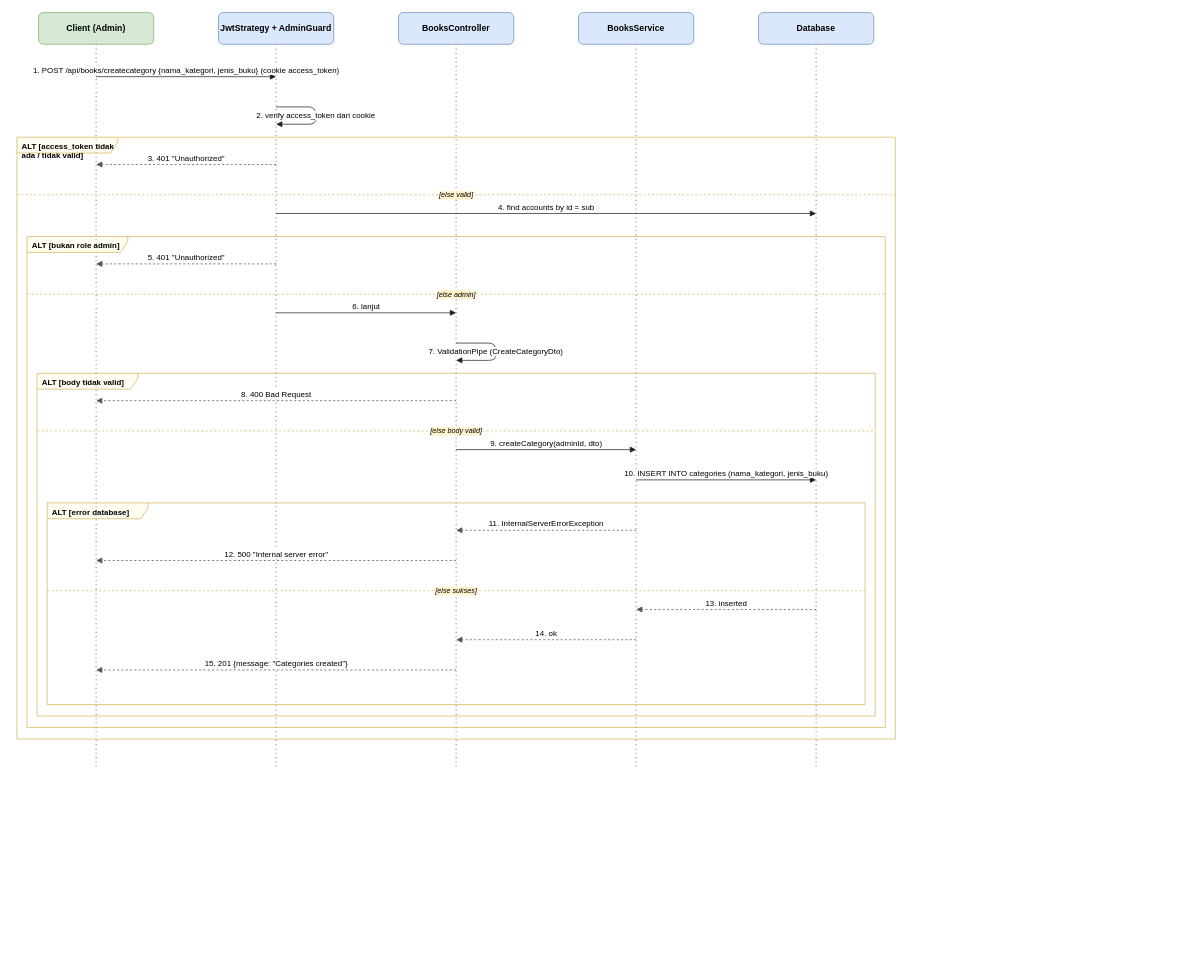
This is page "sequence-createcategory" (4 of 25) of docs/diagrams/sequence.drawio from dimstyle/ruang-baca, a draw.io file, before an edit. Source tidied: cells renumbered, new cells numbered last; positions are measured from the earlier drawing's top-left corner, leaving out a move shared by most shapes. Both pictures are drawn from the tidied source at 72%, with x=0, y=0 at pixel (17, 12).
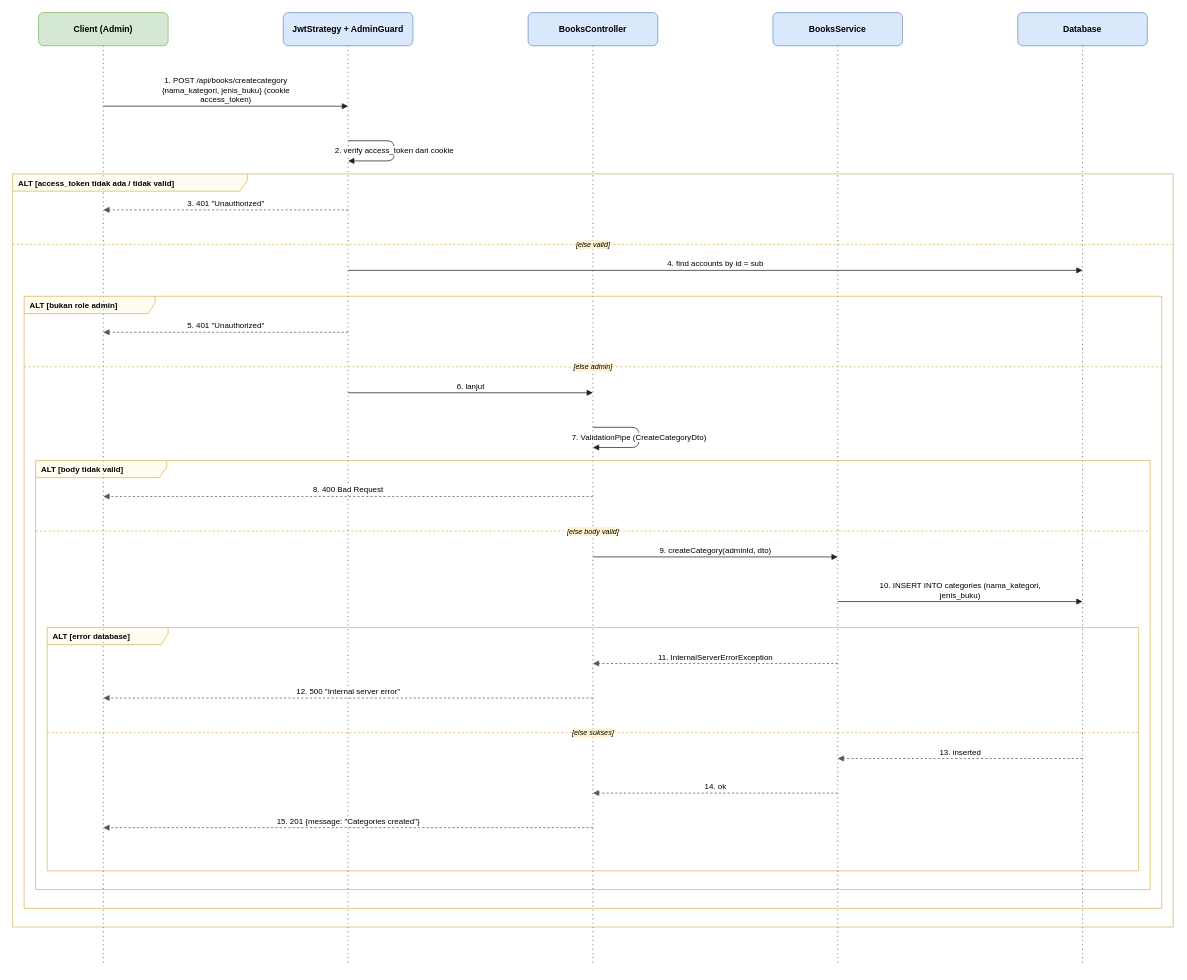
Above is the later version.

The edit, as a diff of the source:
```diff
@@
     <mxCell id="2" value="Client (Admin)" style="rounded=1;whiteSpace=wrap;html=1;fillColor=#d5e8d4;strokeColor=#82b366;fontStyle=1;fontSize=12;" parent="1" vertex="1">
-      <mxGeometry x="30" width="160" height="44" as="geometry" />
+      <mxGeometry x="30" width="180" height="46" as="geometry" />
     </mxCell>
     <mxCell id="3" style="endArrow=none;dashed=1;html=1;dashPattern=1 3;strokeWidth=1.5;strokeColor=#888888;" parent="1" edge="1">
       <mxGeometry relative="1" as="geometry">
-        <mxPoint x="110" y="44" as="sourcePoint" />
-        <mxPoint x="110" y="1049" as="targetPoint" />
+        <mxPoint x="120" y="46" as="sourcePoint" />
+        <mxPoint x="120" y="1324" as="targetPoint" />
       </mxGeometry>
     </mxCell>
     <mxCell id="4" value="JwtStrategy + AdminGuard" style="rounded=1;whiteSpace=wrap;html=1;fillColor=#dae8fc;strokeColor=#6c8ebf;fontStyle=1;fontSize=12;" parent="1" vertex="1">
-      <mxGeometry x="280" width="160" height="44" as="geometry" />
+      <mxGeometry x="370" width="180" height="46" as="geometry" />
     </mxCell>
     <mxCell id="5" style="endArrow=none;dashed=1;html=1;dashPattern=1 3;strokeWidth=1.5;strokeColor=#888888;" parent="1" edge="1">
       <mxGeometry relative="1" as="geometry">
-        <mxPoint x="360" y="44" as="sourcePoint" />
-        <mxPoint x="360" y="1049" as="targetPoint" />
+        <mxPoint x="460" y="46" as="sourcePoint" />
+        <mxPoint x="460" y="1324" as="targetPoint" />
       </mxGeometry>
     </mxCell>
     <mxCell id="6" value="BooksController" style="rounded=1;whiteSpace=wrap;html=1;fillColor=#dae8fc;strokeColor=#6c8ebf;fontStyle=1;fontSize=12;" parent="1" vertex="1">
-      <mxGeometry x="530" width="160" height="44" as="geometry" />
+      <mxGeometry x="710" width="180" height="46" as="geometry" />
     </mxCell>
     <mxCell id="7" style="endArrow=none;dashed=1;html=1;dashPattern=1 3;strokeWidth=1.5;strokeColor=#888888;" parent="1" edge="1">
       <mxGeometry relative="1" as="geometry">
-        <mxPoint x="610" y="44" as="sourcePoint" />
-        <mxPoint x="610" y="1049" as="targetPoint" />
+        <mxPoint x="800" y="46" as="sourcePoint" />
+        <mxPoint x="800" y="1324" as="targetPoint" />
       </mxGeometry>
     </mxCell>
     <mxCell id="8" value="BooksService" style="rounded=1;whiteSpace=wrap;html=1;fillColor=#dae8fc;strokeColor=#6c8ebf;fontStyle=1;fontSize=12;" parent="1" vertex="1">
-      <mxGeometry x="780" width="160" height="44" as="geometry" />
+      <mxGeometry x="1050" width="180" height="46" as="geometry" />
     </mxCell>
     <mxCell id="9" style="endArrow=none;dashed=1;html=1;dashPattern=1 3;strokeWidth=1.5;strokeColor=#888888;" parent="1" edge="1">
       <mxGeometry relative="1" as="geometry">
-        <mxPoint x="860" y="44" as="sourcePoint" />
-        <mxPoint x="860" y="1049" as="targetPoint" />
+        <mxPoint x="1140" y="46" as="sourcePoint" />
+        <mxPoint x="1140" y="1324" as="targetPoint" />
       </mxGeometry>
     </mxCell>
     <mxCell id="10" value="Database" style="rounded=1;whiteSpace=wrap;html=1;fillColor=#dae8fc;strokeColor=#6c8ebf;fontStyle=1;fontSize=12;" parent="1" vertex="1">
-      <mxGeometry x="1030" width="160" height="44" as="geometry" />
+      <mxGeometry x="1390" width="180" height="46" as="geometry" />
     </mxCell>
     <mxCell id="11" style="endArrow=none;dashed=1;html=1;dashPattern=1 3;strokeWidth=1.5;strokeColor=#888888;" parent="1" edge="1">
       <mxGeometry relative="1" as="geometry">
-        <mxPoint x="1110" y="44" as="sourcePoint" />
-        <mxPoint x="1110" y="1049" as="targetPoint" />
+        <mxPoint x="1480" y="46" as="sourcePoint" />
+        <mxPoint x="1480" y="1324" as="targetPoint" />
       </mxGeometry>
     </mxCell>
-    <mxCell id="12" value="ALT [error database]" style="shape=umlFrame;whiteSpace=wrap;html=1;width=140;height=22;boundedLbl=1;verticalAlign=top;align=left;spacingLeft=5;fillColor=#fff2cc;strokeColor=#d6b656;fillOpacity=25;fontSize=11;fontStyle=1;" parent="1" vertex="1">
-      <mxGeometry x="42" y="681" width="1136" height="280" as="geometry" />
+    <mxCell id="12" value="ALT [error database]" style="shape=umlFrame;whiteSpace=wrap;html=1;width=168;height=24;boundedLbl=1;verticalAlign=top;align=left;spacingLeft=6;fillColor=#fff2cc;strokeColor=#d6b656;fillOpacity=25;fontSize=11;fontStyle=1;" parent="1" vertex="1">
+      <mxGeometry x="42" y="854" width="1516" height="338" as="geometry" />
     </mxCell>
     <mxCell id="13" value="[else sukses]" style="endArrow=none;dashed=1;html=1;strokeColor=#d6b656;labelBackgroundColor=#fff2cc;fontSize=10;fontStyle=2;" parent="1" edge="1">
       <mxGeometry relative="1" as="geometry">
-        <mxPoint x="42" y="803" as="sourcePoint" />
-        <mxPoint x="1178" y="803" as="targetPoint" />
+        <mxPoint x="42" y="1000" as="sourcePoint" />
+        <mxPoint x="1558" y="1000" as="targetPoint" />
       </mxGeometry>
     </mxCell>
-    <mxCell id="14" value="ALT [body tidak valid]" style="shape=umlFrame;whiteSpace=wrap;html=1;width=140;height=22;boundedLbl=1;verticalAlign=top;align=left;spacingLeft=5;fillColor=#fff2cc;strokeColor=#d6b656;fillOpacity=25;fontSize=11;fontStyle=1;" parent="1" vertex="1">
-      <mxGeometry x="28" y="501" width="1164" height="476" as="geometry" />
+    <mxCell id="14" value="ALT [body tidak valid]" style="shape=umlFrame;whiteSpace=wrap;html=1;width=182;height=24;boundedLbl=1;verticalAlign=top;align=left;spacingLeft=6;fillColor=#fff2cc;strokeColor=#d6b656;fillOpacity=25;fontSize=11;fontStyle=1;" parent="1" vertex="1">
+      <mxGeometry x="26" y="622" width="1548" height="596" as="geometry" />
     </mxCell>
     <mxCell id="15" value="[else body valid]" style="endArrow=none;dashed=1;html=1;strokeColor=#d6b656;labelBackgroundColor=#fff2cc;fontSize=10;fontStyle=2;" parent="1" edge="1">
       <mxGeometry relative="1" as="geometry">
-        <mxPoint x="28" y="581" as="sourcePoint" />
-        <mxPoint x="1192" y="581" as="targetPoint" />
+        <mxPoint x="26" y="720" as="sourcePoint" />
+        <mxPoint x="1574" y="720" as="targetPoint" />
       </mxGeometry>
     </mxCell>
-    <mxCell id="16" value="ALT [bukan role admin]" style="shape=umlFrame;whiteSpace=wrap;html=1;width=140;height=22;boundedLbl=1;verticalAlign=top;align=left;spacingLeft=5;fillColor=#fff2cc;strokeColor=#d6b656;fillOpacity=25;fontSize=11;fontStyle=1;" parent="1" vertex="1">
-      <mxGeometry x="14" y="311" width="1192" height="682" as="geometry" />
+    <mxCell id="16" value="ALT [bukan role admin]" style="shape=umlFrame;whiteSpace=wrap;html=1;width=182;height=24;boundedLbl=1;verticalAlign=top;align=left;spacingLeft=6;fillColor=#fff2cc;strokeColor=#d6b656;fillOpacity=25;fontSize=11;fontStyle=1;" parent="1" vertex="1">
+      <mxGeometry x="10" y="394" width="1580" height="850" as="geometry" />
     </mxCell>
     <mxCell id="17" value="[else admin]" style="endArrow=none;dashed=1;html=1;strokeColor=#d6b656;labelBackgroundColor=#fff2cc;fontSize=10;fontStyle=2;" parent="1" edge="1">
       <mxGeometry relative="1" as="geometry">
-        <mxPoint x="14" y="391" as="sourcePoint" />
-        <mxPoint x="1206" y="391" as="targetPoint" />
+        <mxPoint x="10" y="492" as="sourcePoint" />
+        <mxPoint x="1590" y="492" as="targetPoint" />
       </mxGeometry>
     </mxCell>
-    <mxCell id="18" value="ALT [access_token tidak ada / tidak valid]" style="shape=umlFrame;whiteSpace=wrap;html=1;width=140;height=22;boundedLbl=1;verticalAlign=top;align=left;spacingLeft=5;fillColor=#fff2cc;strokeColor=#d6b656;fillOpacity=25;fontSize=11;fontStyle=1;" parent="1" vertex="1">
-      <mxGeometry y="173" width="1220" height="836" as="geometry" />
+    <mxCell id="18" value="ALT [access_token tidak ada / tidak valid]" style="shape=umlFrame;whiteSpace=wrap;html=1;width=326;height=24;boundedLbl=1;verticalAlign=top;align=left;spacingLeft=6;fillColor=#fff2cc;strokeColor=#d6b656;fillOpacity=25;fontSize=11;fontStyle=1;" parent="1" vertex="1">
+      <mxGeometry x="-6" y="224" width="1612" height="1046" as="geometry" />
     </mxCell>
     <mxCell id="19" value="[else valid]" style="endArrow=none;dashed=1;html=1;strokeColor=#d6b656;labelBackgroundColor=#fff2cc;fontSize=10;fontStyle=2;" parent="1" edge="1">
       <mxGeometry relative="1" as="geometry">
-        <mxPoint y="253" as="sourcePoint" />
-        <mxPoint x="1220" y="253" as="targetPoint" />
+        <mxPoint x="-6" y="322" as="sourcePoint" />
+        <mxPoint x="1606" y="322" as="targetPoint" />
       </mxGeometry>
     </mxCell>
-    <mxCell id="20" value="1. POST /api/books/createcategory {nama_kategori, jenis_buku} (cookie access_token)" style="html=1;verticalAlign=bottom;endArrow=block;endFill=1;strokeColor=#1F1F1F;fontSize=11;labelBackgroundColor=#ffffff;" parent="1" edge="1">
+    <mxCell id="20" value="1. POST /api/books/createcategory&lt;br/&gt;{nama_kategori, jenis_buku} (cookie&lt;br/&gt;access_token)" style="html=1;verticalAlign=bottom;endArrow=block;endFill=1;strokeColor=#1F1F1F;fontSize=11;labelBackgroundColor=#ffffff;" parent="1" edge="1">
       <mxGeometry relative="1" as="geometry">
-        <mxPoint x="110" y="89" as="sourcePoint" />
-        <mxPoint x="360" y="89" as="targetPoint" />
+        <mxPoint x="120" y="130" as="sourcePoint" />
+        <mxPoint x="460" y="130" as="targetPoint" />
       </mxGeometry>
     </mxCell>
     <mxCell id="21" value="2. verify access_token dari cookie" style="edgeStyle=orthogonalEdgeStyle;rounded=1;html=1;endArrow=block;endFill=1;strokeColor=#1F1F1F;fontSize=11;labelBackgroundColor=#ffffff;" parent="1" edge="1">
       <mxGeometry relative="1" as="geometry">
-        <mxPoint x="360" y="131" as="sourcePoint" />
-        <mxPoint x="360" y="155" as="targetPoint" />
+        <mxPoint x="460" y="178" as="sourcePoint" />
+        <mxPoint x="460" y="206" as="targetPoint" />
         <Array as="points">
-          <mxPoint x="415" y="131" />
-          <mxPoint x="415" y="155" />
+          <mxPoint x="524" y="178" />
+          <mxPoint x="524" y="206" />
         </Array>
       </mxGeometry>
     </mxCell>
     <mxCell id="22" value="3. 401 &quot;Unauthorized&quot;" style="html=1;verticalAlign=bottom;endArrow=block;endFill=1;dashed=1;strokeColor=#555555;fontSize=11;labelBackgroundColor=#ffffff;" parent="1" edge="1">
       <mxGeometry relative="1" as="geometry">
-        <mxPoint x="360" y="211" as="sourcePoint" />
-        <mxPoint x="110" y="211" as="targetPoint" />
+        <mxPoint x="460" y="274" as="sourcePoint" />
+        <mxPoint x="120" y="274" as="targetPoint" />
       </mxGeometry>
     </mxCell>
     <mxCell id="23" value="4. find accounts by id = sub" style="html=1;verticalAlign=bottom;endArrow=block;endFill=1;strokeColor=#1F1F1F;fontSize=11;labelBackgroundColor=#ffffff;" parent="1" edge="1">
       <mxGeometry relative="1" as="geometry">
-        <mxPoint x="360" y="279" as="sourcePoint" />
-        <mxPoint x="1110" y="279" as="targetPoint" />
+        <mxPoint x="460" y="358" as="sourcePoint" />
+        <mxPoint x="1480" y="358" as="targetPoint" />
       </mxGeometry>
     </mxCell>
     <mxCell id="24" value="5. 401 &quot;Unauthorized&quot;" style="html=1;verticalAlign=bottom;endArrow=block;endFill=1;dashed=1;strokeColor=#555555;fontSize=11;labelBackgroundColor=#ffffff;" parent="1" edge="1">
       <mxGeometry relative="1" as="geometry">
-        <mxPoint x="360" y="349" as="sourcePoint" />
-        <mxPoint x="110" y="349" as="targetPoint" />
+        <mxPoint x="460" y="444" as="sourcePoint" />
+        <mxPoint x="120" y="444" as="targetPoint" />
       </mxGeometry>
     </mxCell>
     <mxCell id="25" value="6. lanjut" style="html=1;verticalAlign=bottom;endArrow=block;endFill=1;strokeColor=#1F1F1F;fontSize=11;labelBackgroundColor=#ffffff;" parent="1" edge="1">
       <mxGeometry relative="1" as="geometry">
-        <mxPoint x="360" y="417" as="sourcePoint" />
-        <mxPoint x="610" y="417" as="targetPoint" />
+        <mxPoint x="460" y="528" as="sourcePoint" />
+        <mxPoint x="800" y="528" as="targetPoint" />
       </mxGeometry>
     </mxCell>
     <mxCell id="26" value="7. ValidationPipe (CreateCategoryDto)" style="edgeStyle=orthogonalEdgeStyle;rounded=1;html=1;endArrow=block;endFill=1;strokeColor=#1F1F1F;fontSize=11;labelBackgroundColor=#ffffff;" parent="1" edge="1">
       <mxGeometry relative="1" as="geometry">
-        <mxPoint x="610" y="459" as="sourcePoint" />
-        <mxPoint x="610" y="483" as="targetPoint" />
+        <mxPoint x="800" y="576" as="sourcePoint" />
+        <mxPoint x="800" y="604" as="targetPoint" />
         <Array as="points">
-          <mxPoint x="665" y="459" />
-          <mxPoint x="665" y="483" />
+          <mxPoint x="864" y="576" />
+          <mxPoint x="864" y="604" />
         </Array>
       </mxGeometry>
     </mxCell>
     <mxCell id="27" value="8. 400 Bad Request" style="html=1;verticalAlign=bottom;endArrow=block;endFill=1;dashed=1;strokeColor=#555555;fontSize=11;labelBackgroundColor=#ffffff;" parent="1" edge="1">
       <mxGeometry relative="1" as="geometry">
-        <mxPoint x="610" y="539" as="sourcePoint" />
-        <mxPoint x="110" y="539" as="targetPoint" />
+        <mxPoint x="800" y="672" as="sourcePoint" />
+        <mxPoint x="120" y="672" as="targetPoint" />
       </mxGeometry>
     </mxCell>
     <mxCell id="28" value="9. createCategory(adminId, dto)" style="html=1;verticalAlign=bottom;endArrow=block;endFill=1;strokeColor=#1F1F1F;fontSize=11;labelBackgroundColor=#ffffff;" parent="1" edge="1">
       <mxGeometry relative="1" as="geometry">
-        <mxPoint x="610" y="607" as="sourcePoint" />
-        <mxPoint x="860" y="607" as="targetPoint" />
+        <mxPoint x="800" y="756" as="sourcePoint" />
+        <mxPoint x="1140" y="756" as="targetPoint" />
       </mxGeometry>
     </mxCell>
-    <mxCell id="29" value="10. INSERT INTO categories (nama_kategori, jenis_buku)" style="html=1;verticalAlign=bottom;endArrow=block;endFill=1;strokeColor=#1F1F1F;fontSize=11;labelBackgroundColor=#ffffff;" parent="1" edge="1">
+    <mxCell id="29" value="10. INSERT INTO categories (nama_kategori,&lt;br/&gt;jenis_buku)" style="html=1;verticalAlign=bottom;endArrow=block;endFill=1;strokeColor=#1F1F1F;fontSize=11;labelBackgroundColor=#ffffff;" parent="1" edge="1">
       <mxGeometry relative="1" as="geometry">
-        <mxPoint x="860" y="649" as="sourcePoint" />
-        <mxPoint x="1110" y="649" as="targetPoint" />
+        <mxPoint x="1140" y="818" as="sourcePoint" />
+        <mxPoint x="1480" y="818" as="targetPoint" />
       </mxGeometry>
     </mxCell>
     <mxCell id="30" value="11. InternalServerErrorException" style="html=1;verticalAlign=bottom;endArrow=block;endFill=1;dashed=1;strokeColor=#555555;fontSize=11;labelBackgroundColor=#ffffff;" parent="1" edge="1">
       <mxGeometry relative="1" as="geometry">
-        <mxPoint x="860" y="719" as="sourcePoint" />
-        <mxPoint x="610" y="719" as="targetPoint" />
+        <mxPoint x="1140" y="904" as="sourcePoint" />
+        <mxPoint x="800" y="904" as="targetPoint" />
       </mxGeometry>
     </mxCell>
     <mxCell id="31" value="12. 500 &quot;Internal server error&quot;" style="html=1;verticalAlign=bottom;endArrow=block;endFill=1;dashed=1;strokeColor=#555555;fontSize=11;labelBackgroundColor=#ffffff;" parent="1" edge="1">
       <mxGeometry relative="1" as="geometry">
-        <mxPoint x="610" y="761" as="sourcePoint" />
-        <mxPoint x="110" y="761" as="targetPoint" />
+        <mxPoint x="800" y="952" as="sourcePoint" />
+        <mxPoint x="120" y="952" as="targetPoint" />
       </mxGeometry>
     </mxCell>
     <mxCell id="32" value="13. inserted" style="html=1;verticalAlign=bottom;endArrow=block;endFill=1;dashed=1;strokeColor=#555555;fontSize=11;labelBackgroundColor=#ffffff;" parent="1" edge="1">
       <mxGeometry relative="1" as="geometry">
-        <mxPoint x="1110" y="829" as="sourcePoint" />
-        <mxPoint x="860" y="829" as="targetPoint" />
+        <mxPoint x="1480" y="1036" as="sourcePoint" />
+        <mxPoint x="1140" y="1036" as="targetPoint" />
       </mxGeometry>
     </mxCell>
     <mxCell id="33" value="14. ok" style="html=1;verticalAlign=bottom;endArrow=block;endFill=1;dashed=1;strokeColor=#555555;fontSize=11;labelBackgroundColor=#ffffff;" parent="1" edge="1">
       <mxGeometry relative="1" as="geometry">
-        <mxPoint x="860" y="871" as="sourcePoint" />
-        <mxPoint x="610" y="871" as="targetPoint" />
+        <mxPoint x="1140" y="1084" as="sourcePoint" />
+        <mxPoint x="800" y="1084" as="targetPoint" />
       </mxGeometry>
     </mxCell>
     <mxCell id="34" value="15. 201 {message: &quot;Categories created&quot;}" style="html=1;verticalAlign=bottom;endArrow=block;endFill=1;dashed=1;strokeColor=#555555;fontSize=11;labelBackgroundColor=#ffffff;" parent="1" edge="1">
       <mxGeometry relative="1" as="geometry">
-        <mxPoint x="610" y="913" as="sourcePoint" />
-        <mxPoint x="110" y="913" as="targetPoint" />
+        <mxPoint x="800" y="1132" as="sourcePoint" />
+        <mxPoint x="120" y="1132" as="targetPoint" />
       </mxGeometry>
     </mxCell>
```
